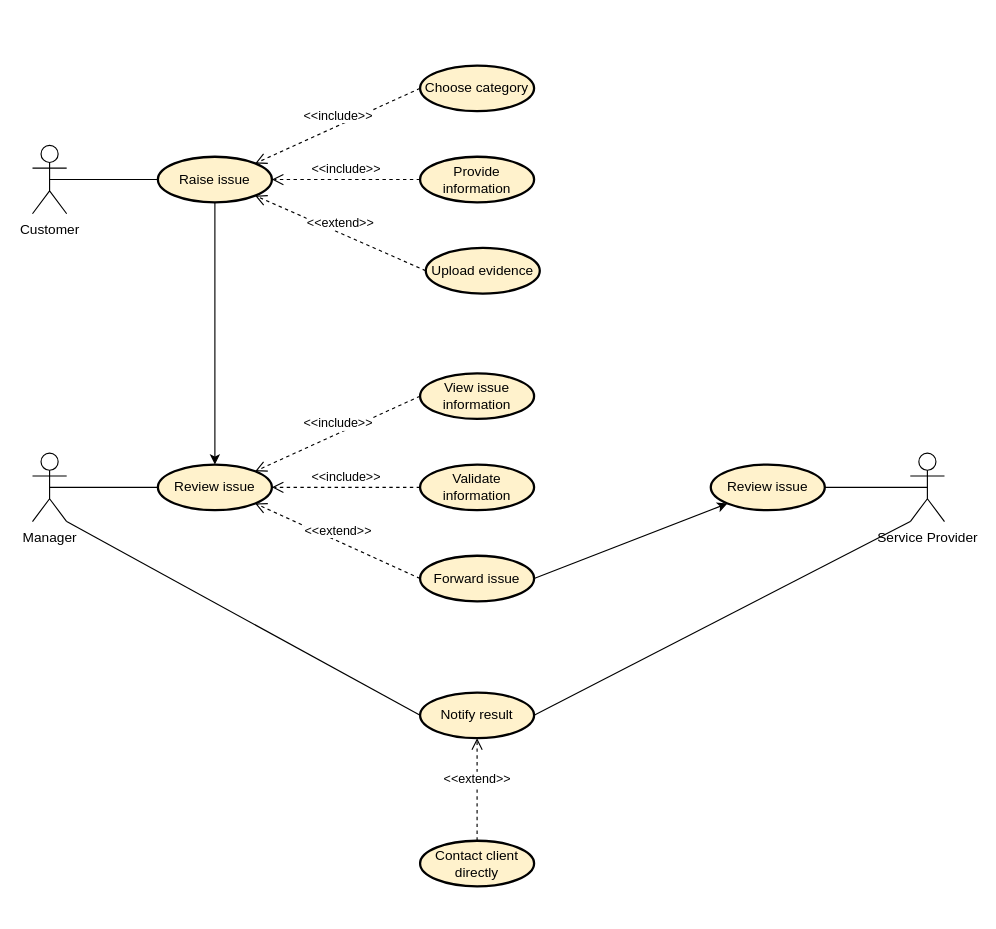
The draw.io diagram Functional-analysis/usecase-diagram/3. Báo cáo/Report.drawio in HuyEuler/Apartment-management-system, before the edit. Source tidied: cells renumbered, new cells numbered last; positions are measured from the earlier drawing's top-left corner, leaving out a move shared by most shapes. Both pictures are drawn from the tidied source at 114%, with x=0, y=0 at pixel (32, 65).
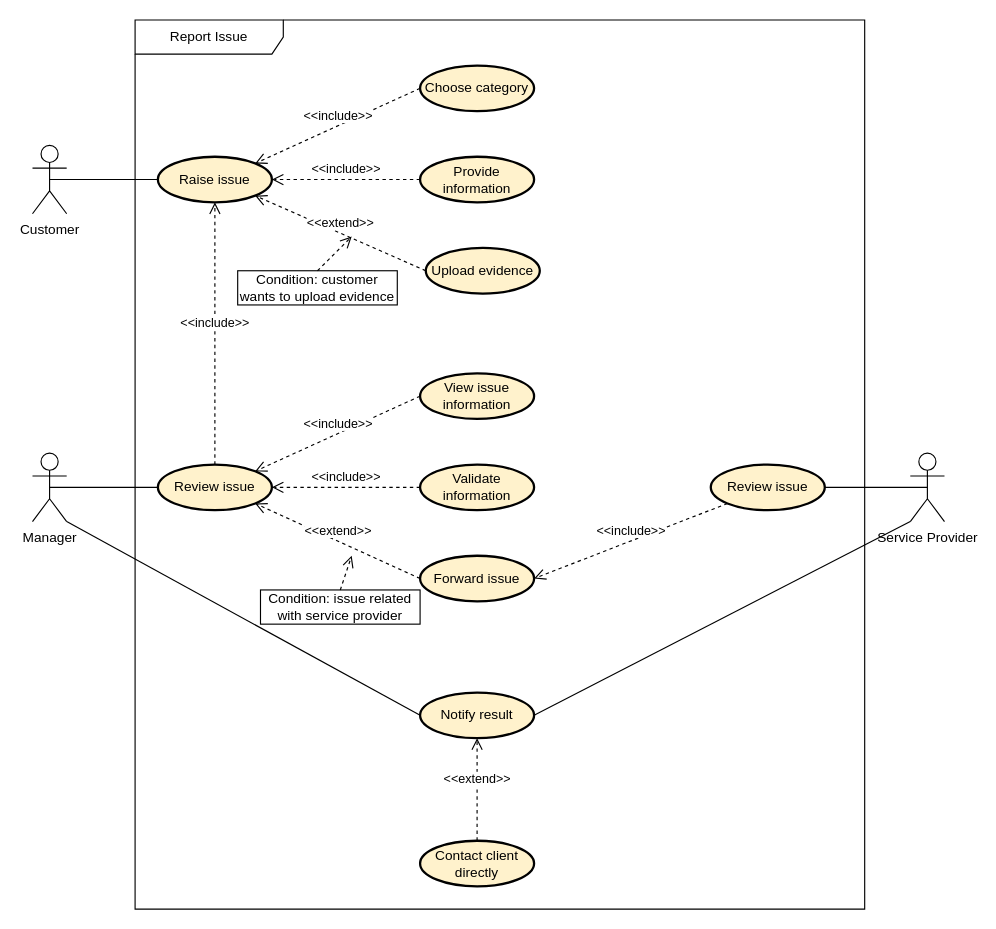
The same page after the edit.

Commit message (it also covers changes not shown here):
add condition to Report issue usecase

The change refers to these unchanged cells:
```xml
<mxCell id="3" value="Raise issue" style="ellipse;whiteSpace=wrap;html=1;align=center;fillColor=#fff2cc;strokeColor=light-dark(#000000, #6d5100);strokeWidth=2;" parent="1" vertex="1">
  <mxGeometry x="110" y="80" width="100" height="40" as="geometry" />
</mxCell>
<mxCell id="12" value="Review issue" style="ellipse;whiteSpace=wrap;html=1;align=center;fillColor=#fff2cc;strokeColor=light-dark(#000000, #6d5100);strokeWidth=2;" parent="1" vertex="1">
  <mxGeometry x="110" y="350" width="100" height="40" as="geometry" />
</mxCell>
<mxCell id="17" value="Forward issue" style="ellipse;whiteSpace=wrap;html=1;align=center;fillColor=#fff2cc;strokeColor=light-dark(#000000, #6d5100);strokeWidth=2;" parent="1" vertex="1">
  <mxGeometry x="340" y="430" width="100" height="40" as="geometry" />
</mxCell>
<mxCell id="20" value="Review issue" style="ellipse;whiteSpace=wrap;html=1;align=center;fillColor=#fff2cc;strokeColor=light-dark(#000000, #6d5100);strokeWidth=2;" parent="1" vertex="1">
  <mxGeometry x="595" y="350" width="100" height="40" as="geometry" />
</mxCell>
```

Diff of the diagram source:
```diff
@@
-    <mxCell id="15" style="endArrow=classic;html=1;rounded=0;exitX=0.5;exitY=1;exitDx=0;exitDy=0;" parent="1" edge="1" source="3" target="12">
-      <mxGeometry relative="1" as="geometry" />
-    </mxCell>
@@
-    <mxCell id="25" style="endArrow=classic;html=1;rounded=0;exitX=1;exitY=0.5;exitDx=0;exitDy=0;entryX=0;entryY=1;entryDx=0;entryDy=0;" parent="1" edge="1" source="17" target="20">
-      <mxGeometry relative="1" as="geometry" />
-    </mxCell>
@@
+    <mxCell id="30" value="&amp;lt;&amp;lt;include&amp;gt;&amp;gt;" style="html=1;verticalAlign=bottom;endArrow=open;dashed=1;endSize=8;curved=0;rounded=0;entryX=0.5;entryY=1;entryDx=0;entryDy=0;exitX=0.5;exitY=0;exitDx=0;exitDy=0;" parent="1" edge="1" source="12" target="3">
+      <mxGeometry relative="1" as="geometry" />
+    </mxCell>
+    <mxCell id="31" value="&amp;lt;&amp;lt;include&amp;gt;&amp;gt;" style="html=1;verticalAlign=bottom;endArrow=open;dashed=1;endSize=8;curved=0;rounded=0;entryX=1;entryY=0.5;entryDx=0;entryDy=0;exitX=0;exitY=1;exitDx=0;exitDy=0;" parent="1" edge="1" source="20" target="17">
+      <mxGeometry relative="1" as="geometry" />
+    </mxCell>
+    <mxCell id="32" value="Report Issue" style="shape=umlFrame;whiteSpace=wrap;html=1;width=130;height=30;" parent="1" vertex="1">
+      <mxGeometry x="90" y="-40" width="640" height="780" as="geometry" />
+    </mxCell>
+    <mxCell id="33" value="Condition: customer wants to upload evidence" style="whiteSpace=wrap;html=1;align=center;" parent="1" vertex="1">
+      <mxGeometry x="180" y="180" width="140" height="30" as="geometry" />
+    </mxCell>
+    <mxCell id="34" value="Condition: issue related with service provider" style="whiteSpace=wrap;html=1;align=center;" parent="1" vertex="1">
+      <mxGeometry x="200" y="460" width="140" height="30" as="geometry" />
+    </mxCell>
+    <mxCell id="35" style="html=1;verticalAlign=bottom;endArrow=open;dashed=1;endSize=8;curved=0;rounded=0;exitX=0.5;exitY=0;exitDx=0;exitDy=0;" parent="1" edge="1" source="34">
+      <mxGeometry x="0.75" y="-30" relative="1" as="geometry">
+        <mxPoint x="280" y="430" as="targetPoint" />
+      </mxGeometry>
+    </mxCell>
+    <mxCell id="36" style="html=1;verticalAlign=bottom;endArrow=open;dashed=1;endSize=8;curved=0;rounded=0;exitX=0.5;exitY=0;exitDx=0;exitDy=0;" parent="1" edge="1" source="33">
+      <mxGeometry x="0.75" y="-30" relative="1" as="geometry">
+        <mxPoint x="280" y="150" as="targetPoint" />
+      </mxGeometry>
+    </mxCell>
```
